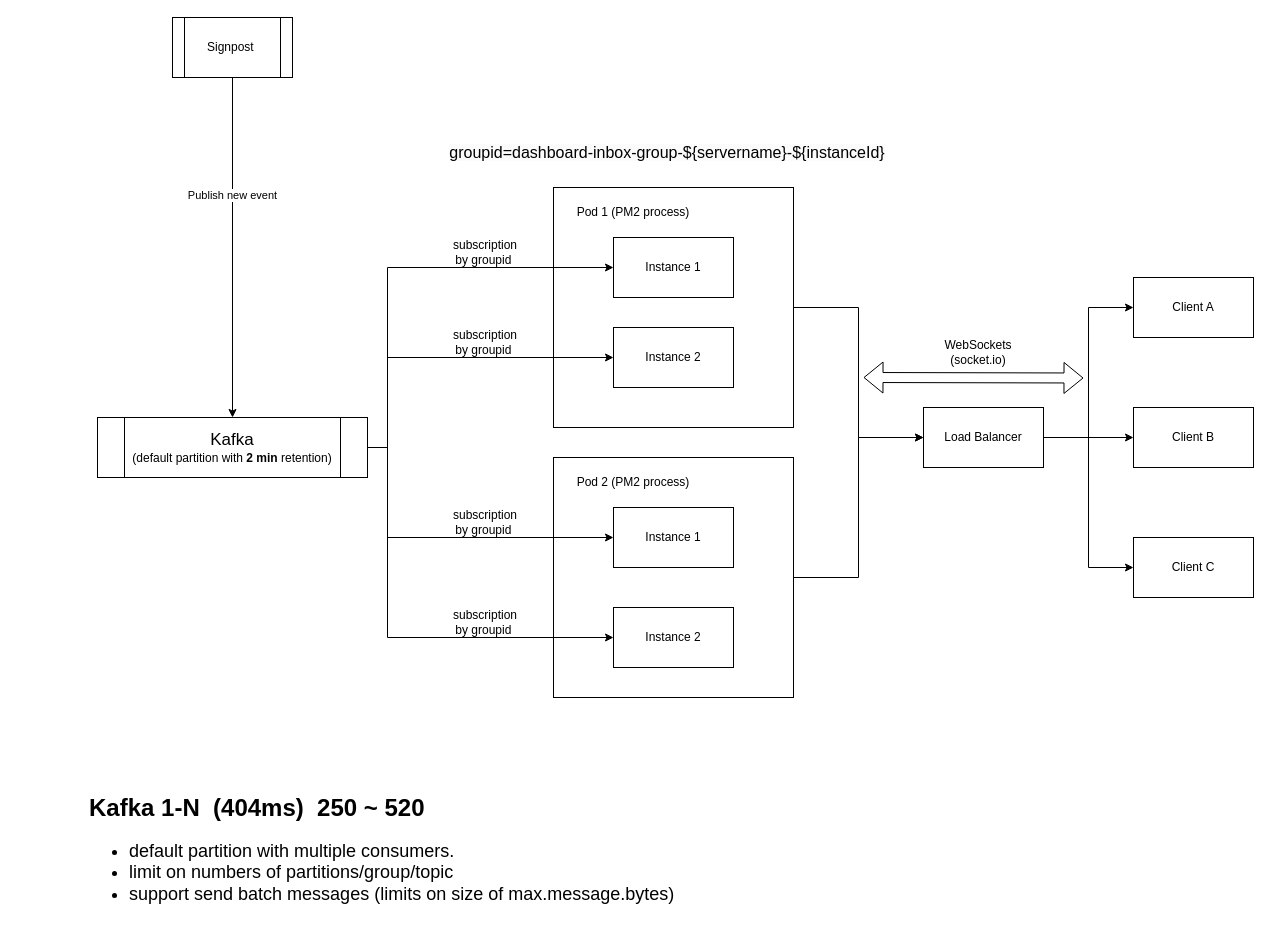
This is page "Kafka 1-n" (1 of 2) of hppd-Inbox.drawio from half-6/workflow, a draw.io file, before an edit. Source tidied: cells renumbered, new cells numbered last; positions are measured from the earlier drawing's top-left corner, leaving out a move shared by most shapes. Both pictures are drawn from the tidied source at 100%, with x=0, y=0 at pixel (87, 17).
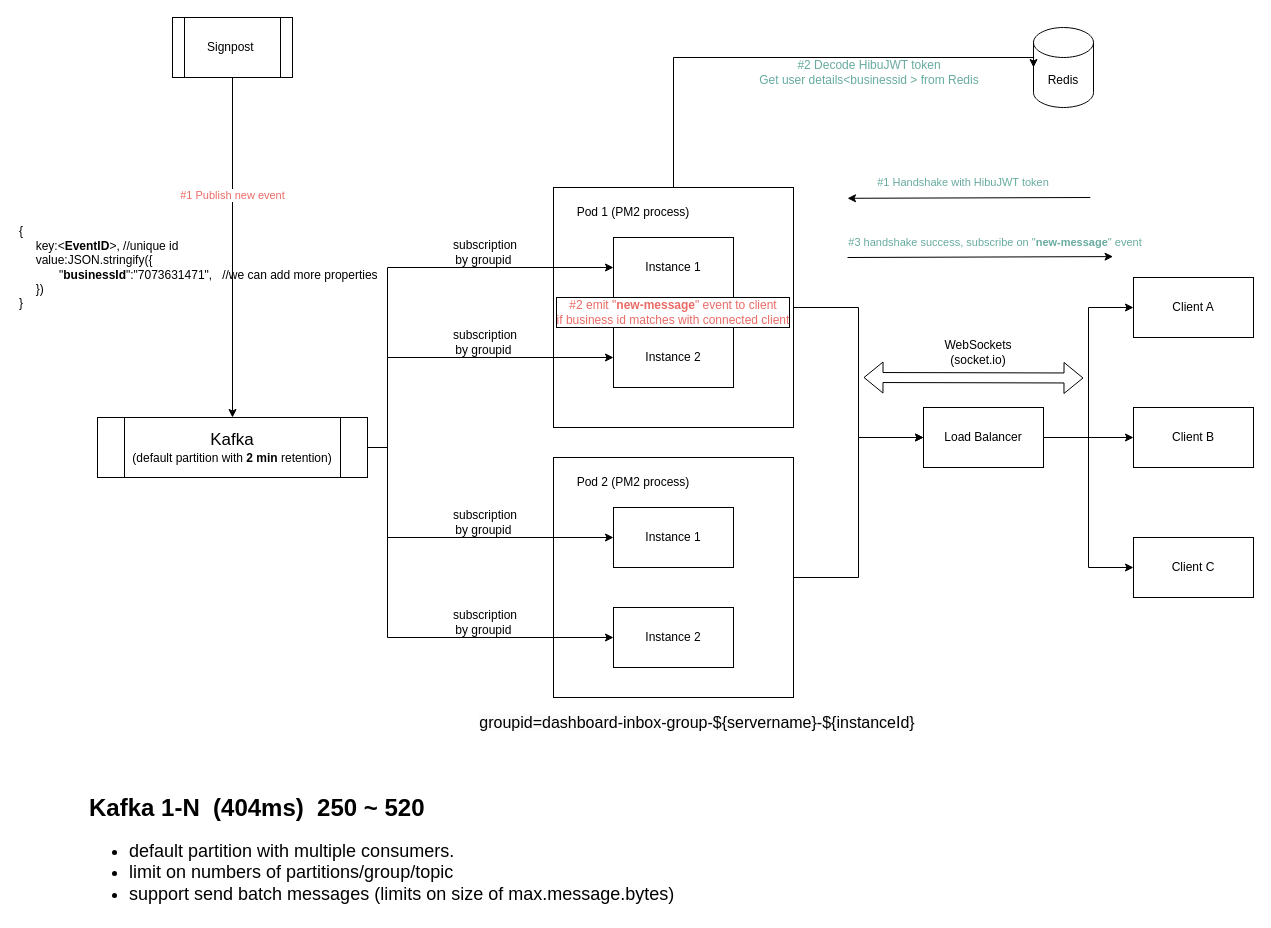
Above is the later version.

The change refers to these unchanged cells:
```xml
<mxCell id="3" style="whiteSpace=wrap;html=1;" parent="2" vertex="1">
  <mxGeometry width="240" height="240" as="geometry" />
</mxCell>
<mxCell id="26" style="edgeStyle=orthogonalEdgeStyle;rounded=0;jettySize=auto;html=1;entryX=0.5;entryY=0;entryDx=0;entryDy=0;" parent="1" edge="1" source="28" target="16">
  <mxGeometry relative="1" as="geometry" />
</mxCell>
```

The edit, as a diff of the source:
```diff
@@
     <mxCell id="2" style="group;dashed=1;strokeColor=none;dashPattern=8 8;" parent="1" vertex="1">
-      <mxGeometry x="466" y="170" width="240" height="240" as="geometry" />
+      <mxGeometry x="466" y="170" width="290" height="240" as="geometry" />
     </mxCell>
@@
+    <mxCell id="37" value="#2 emit &quot;&lt;b&gt;new-message&lt;/b&gt;&quot; event to client&lt;div&gt;if business id matches with connected client&lt;/div&gt;" style="text;html=1;align=center;verticalAlign=middle;whiteSpace=wrap;rounded=0;labelBorderColor=default;fontColor=#EA6B66;" parent="2" vertex="1">
+      <mxGeometry x="-20" y="110" width="280" height="30" as="geometry" />
+    </mxCell>
@@
-    <mxCell id="27" value="Publish new event" style="edgeLabel;html=1;align=center;verticalAlign=middle;" parent="26" vertex="1">
+    <mxCell id="27" value="#1 Publish new event" style="edgeLabel;html=1;align=center;verticalAlign=middle;fontColor=#EA6B66;" parent="26" vertex="1">
       <mxGeometry x="-0.31" y="-1" relative="1" as="geometry" />
     </mxCell>
@@
     <mxCell id="35" value="&lt;span style=&quot;color: rgb(0, 0, 0); font-family: Helvetica; font-size: 16px; font-style: normal; font-variant-ligatures: normal; font-variant-caps: normal; letter-spacing: normal; orphans: 2; text-align: center; text-indent: 0px; text-transform: none; widows: 2; word-spacing: 0px; -webkit-text-stroke-width: 0px; white-space: normal; background-color: rgb(251, 251, 251); text-decoration-thickness: initial; text-decoration-style: initial; text-decoration-color: initial; float: none; display: inline !important;&quot;&gt;groupid=dashboard-inbox-group-${servername}-${instanceId}&lt;/span&gt;" style="text;html=1;align=center;verticalAlign=middle;whiteSpace=wrap;rounded=0;fontSize=16;fontStyle=0;" parent="1" vertex="1">
-      <mxGeometry x="290" y="120" width="580" height="30" as="geometry" />
+      <mxGeometry x="320" y="690" width="580" height="30" as="geometry" />
     </mxCell>
@@
+    <mxCell id="38" value="&lt;div style=&quot;&quot;&gt;&lt;span style=&quot;background-color: initial;&quot;&gt;{&lt;/span&gt;&lt;/div&gt;&lt;div&gt;&amp;nbsp; &amp;nbsp; &amp;nbsp;key:&amp;lt;&lt;b&gt;EventID&lt;/b&gt;&amp;gt;, //unique id&amp;nbsp;&lt;/div&gt;&lt;div&gt;&amp;nbsp; &amp;nbsp; &amp;nbsp;value:&lt;span style=&quot;background-color: initial;&quot;&gt;JSON.stringify({&lt;/span&gt;&lt;/div&gt;&lt;div&gt;&amp;nbsp; &amp;nbsp; &amp;nbsp; &amp;nbsp; &amp;nbsp; &amp;nbsp; &quot;&lt;b&gt;businessId&lt;/b&gt;&quot;:&quot;7073631471&quot;,&amp;nbsp; &amp;nbsp;//we can add more properties&amp;nbsp;&lt;/div&gt;&lt;div&gt;&lt;span style=&quot;background-color: initial;&quot;&gt;&amp;nbsp; &amp;nbsp; &amp;nbsp;})&lt;/span&gt;&lt;br&gt;&lt;/div&gt;&lt;div&gt;}&lt;/div&gt;" style="text;html=1;align=left;verticalAlign=middle;whiteSpace=wrap;rounded=0;" parent="1" vertex="1">
+      <mxGeometry x="-70" y="200" width="370" height="100" as="geometry" />
+    </mxCell>
+    <mxCell id="39" style="endArrow=classic;html=1;rounded=0;" parent="1" edge="1">
+      <mxGeometry relative="1" as="geometry">
+        <mxPoint x="1002.8" y="180" as="sourcePoint" />
+        <mxPoint x="760" y="180.8" as="targetPoint" />
+      </mxGeometry>
+    </mxCell>
+    <mxCell id="40" value="Redis" style="shape=cylinder3;whiteSpace=wrap;html=1;boundedLbl=1;backgroundOutline=1;size=15;" parent="1" vertex="1">
+      <mxGeometry x="946" y="10" width="60" height="80" as="geometry" />
+    </mxCell>
+    <mxCell id="41" style="edgeStyle=orthogonalEdgeStyle;rounded=0;jettySize=auto;html=1;entryX=0;entryY=0.5;entryDx=0;entryDy=0;entryPerimeter=0;" parent="1" edge="1" source="3" target="40">
+      <mxGeometry relative="1" as="geometry">
+        <Array as="points">
+          <mxPoint x="586" y="40" />
+        </Array>
+      </mxGeometry>
+    </mxCell>
+    <mxCell id="42" value="#2 Decode HibuJWT token&lt;div&gt;Get user details&amp;lt;businessid &amp;gt; from Redis&lt;/div&gt;" style="text;html=1;align=center;verticalAlign=middle;whiteSpace=wrap;rounded=0;fontColor=#67AB9F;" parent="1" vertex="1">
+      <mxGeometry x="670" y="40" width="224" height="30" as="geometry" />
+    </mxCell>
+    <mxCell id="43" style="endArrow=classic;html=1;rounded=0;entryX=0.791;entryY=0.97;entryDx=0;entryDy=0;entryPerimeter=0;" parent="1" edge="1" target="44">
+      <mxGeometry relative="1" as="geometry">
+        <mxPoint x="760" y="240" as="sourcePoint" />
+      </mxGeometry>
+    </mxCell>
+    <mxCell id="44" value="&lt;span style=&quot;font-size: 11px; text-wrap: nowrap; background-color: rgb(255, 255, 255);&quot;&gt;#3 handshake success, subscribe on &quot;&lt;b&gt;new-message&lt;/b&gt;&quot; event&lt;/span&gt;" style="text;html=1;align=center;verticalAlign=middle;whiteSpace=wrap;rounded=0;fontColor=#67AB9F;" parent="1" vertex="1">
+      <mxGeometry x="706" y="210" width="404" height="30" as="geometry" />
+    </mxCell>
+    <mxCell id="45" value="&lt;span style=&quot;font-size: 11px; text-wrap: nowrap; background-color: rgb(255, 255, 255);&quot;&gt;#1 Handshake with HibuJWT token&lt;/span&gt;" style="text;html=1;align=center;verticalAlign=middle;whiteSpace=wrap;rounded=0;fontColor=#67AB9F;" parent="1" vertex="1">
+      <mxGeometry x="746" y="150" width="260" height="30" as="geometry" />
+    </mxCell>
```
